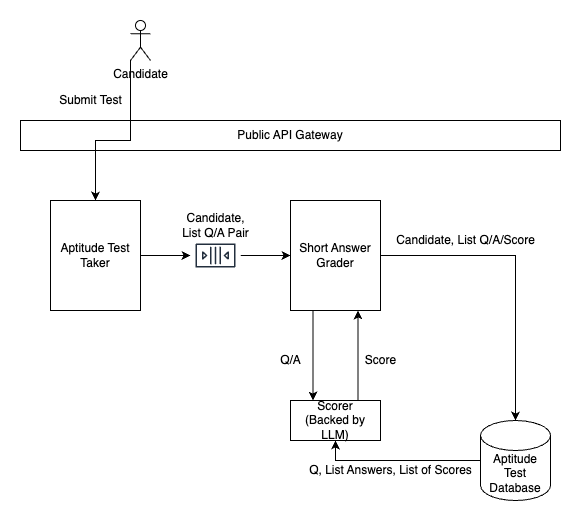
Above: img/certprocess1-design.png in saugatach/LLM-grader (draw.io), before the change. Source tidied: cells renumbered, new cells last; positions are measured from the earlier drawing's top-left corner, leaving out a move shared by most shapes.
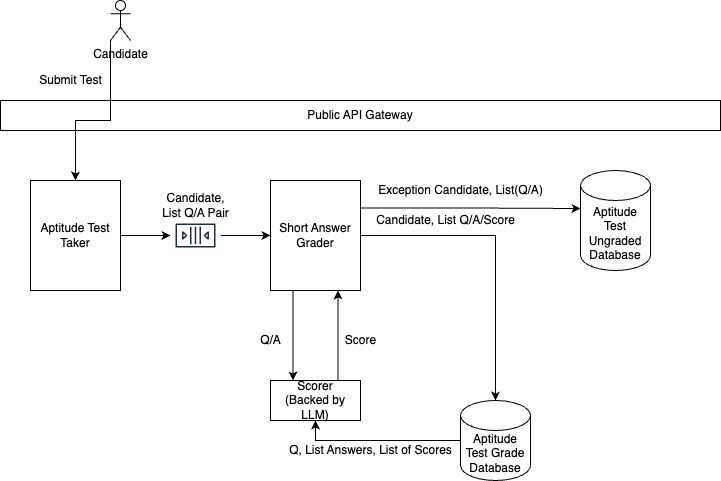
After the commit.

Change to the diagram source:
```diff
@@ -20,13 +20,18 @@
     <mxCell id="7" style="edgeStyle=orthogonalEdgeStyle;rounded=0;jettySize=auto;html=1;exitX=0.25;exitY=1;exitDx=0;exitDy=0;entryX=0.25;entryY=0;entryDx=0;entryDy=0;" parent="1" edge="1" source="8" target="12">
       <mxGeometry relative="1" as="geometry" />
     </mxCell>
+    <mxCell id="22" style="edgeStyle=orthogonalEdgeStyle;rounded=0;jettySize=auto;html=1;exitX=1;exitY=0.25;exitDx=0;exitDy=0;" parent="1" edge="1" source="8">
+      <mxGeometry relative="1" as="geometry">
+        <mxPoint x="580" y="208" as="targetPoint" />
+      </mxGeometry>
+    </mxCell>
     <mxCell id="8" value="Short Answer Grader" style="rounded=0;whiteSpace=wrap;html=1;" parent="1" vertex="1">
       <mxGeometry x="270" y="180" width="90" height="110" as="geometry" />
     </mxCell>
     <mxCell id="9" style="edgeStyle=orthogonalEdgeStyle;rounded=0;jettySize=auto;html=1;exitX=0;exitY=0.5;exitDx=0;exitDy=0;exitPerimeter=0;entryX=0.5;entryY=1;entryDx=0;entryDy=0;" parent="1" edge="1" source="10" target="12">
       <mxGeometry relative="1" as="geometry" />
     </mxCell>
-    <mxCell id="10" value="Aptitude Test Database" style="shape=cylinder3;whiteSpace=wrap;html=1;boundedLbl=1;backgroundOutline=1;size=15;" parent="1" vertex="1">
+    <mxCell id="10" value="Aptitude Test Grade Database" style="shape=cylinder3;whiteSpace=wrap;html=1;boundedLbl=1;backgroundOutline=1;size=15;" parent="1" vertex="1">
       <mxGeometry x="460" y="400" width="70" height="80" as="geometry" />
     </mxCell>
     <mxCell id="11" style="edgeStyle=orthogonalEdgeStyle;rounded=0;jettySize=auto;html=1;exitX=0.75;exitY=0;exitDx=0;exitDy=0;entryX=0.75;entryY=1;entryDx=0;entryDy=0;" parent="1" edge="1" source="12" target="8">
@@ -36,7 +41,7 @@
       <mxGeometry x="270" y="380" width="90" height="40" as="geometry" />
     </mxCell>
     <mxCell id="13" value="Public API Gateway" style="rounded=0;whiteSpace=wrap;html=1;" parent="1" vertex="1">
-      <mxGeometry y="100" width="540" height="30" as="geometry" />
+      <mxGeometry y="100" width="720" height="30" as="geometry" />
     </mxCell>
     <mxCell id="14" style="edgeStyle=orthogonalEdgeStyle;rounded=0;jettySize=auto;html=1;entryX=0.5;entryY=0;entryDx=0;entryDy=0;exitX=0;exitY=1;exitDx=0;exitDy=0;exitPerimeter=0;" parent="1" edge="1" source="15" target="3">
       <mxGeometry relative="1" as="geometry">
@@ -67,5 +72,11 @@
     <mxCell id="21" value="Candidate, List Q/A/Score" style="text;html=1;align=center;verticalAlign=middle;strokeColor=none;fillColor=none;" parent="1" vertex="1">
       <mxGeometry x="370" y="210" width="150" height="20" as="geometry" />
     </mxCell>
+    <mxCell id="23" value="Exception Candidate, List(Q/A)" style="text;html=1;align=center;verticalAlign=middle;strokeColor=none;fillColor=none;" parent="1" vertex="1">
+      <mxGeometry x="370" y="180" width="180" height="20" as="geometry" />
+    </mxCell>
+    <mxCell id="24" value="Aptitude Test Ungraded Database" style="shape=cylinder3;whiteSpace=wrap;html=1;boundedLbl=1;backgroundOutline=1;size=15;" parent="1" vertex="1">
+      <mxGeometry x="580" y="170" width="70" height="100" as="geometry" />
+    </mxCell>
   </root>
 </mxGraphModel>
```
